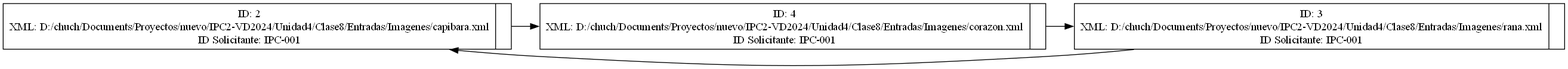
Above: reportes/listaCircular.png in chuchoalm/IPC2_ProyectoVD2024_202200239 (Graphviz), before the change. Its source is kept beside it as reportesdot/listaCircular.dot.
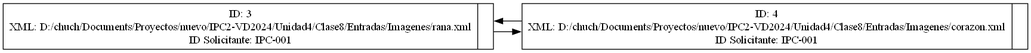
After the change.

Change to the diagram source:
```diff
@@ -1,10 +1,8 @@
 digraph G {
     rankdir=LR;
     node[shape=record, height=.1]
-nodo0[label="{ID: 2\nXML: D:/chuch/Documents/Proyectos/nuevo/IPC2-VD2024/Unidad4/Clase8/Entradas/Imagenes/capibara.xml\nID Solicitante: IPC-001|<f1>}"];
+nodo0[label="{ID: 3\nXML: D:/chuch/Documents/Proyectos/nuevo/IPC2-VD2024/Unidad4/Clase8/Entradas/Imagenes/rana.xml\nID Solicitante: IPC-001|<f1>}"];
 nodo1[label="{ID: 4\nXML: D:/chuch/Documents/Proyectos/nuevo/IPC2-VD2024/Unidad4/Clase8/Entradas/Imagenes/corazon.xml\nID Solicitante: IPC-001|<f1>}"];
-nodo2[label="{ID: 3\nXML: D:/chuch/Documents/Proyectos/nuevo/IPC2-VD2024/Unidad4/Clase8/Entradas/Imagenes/rana.xml\nID Solicitante: IPC-001|<f1>}"];
 nodo0 -> nodo1;
-nodo1 -> nodo2;
-nodo2 -> nodo0[constraint=false];
+nodo1 -> nodo0[constraint=false];
 }
```
